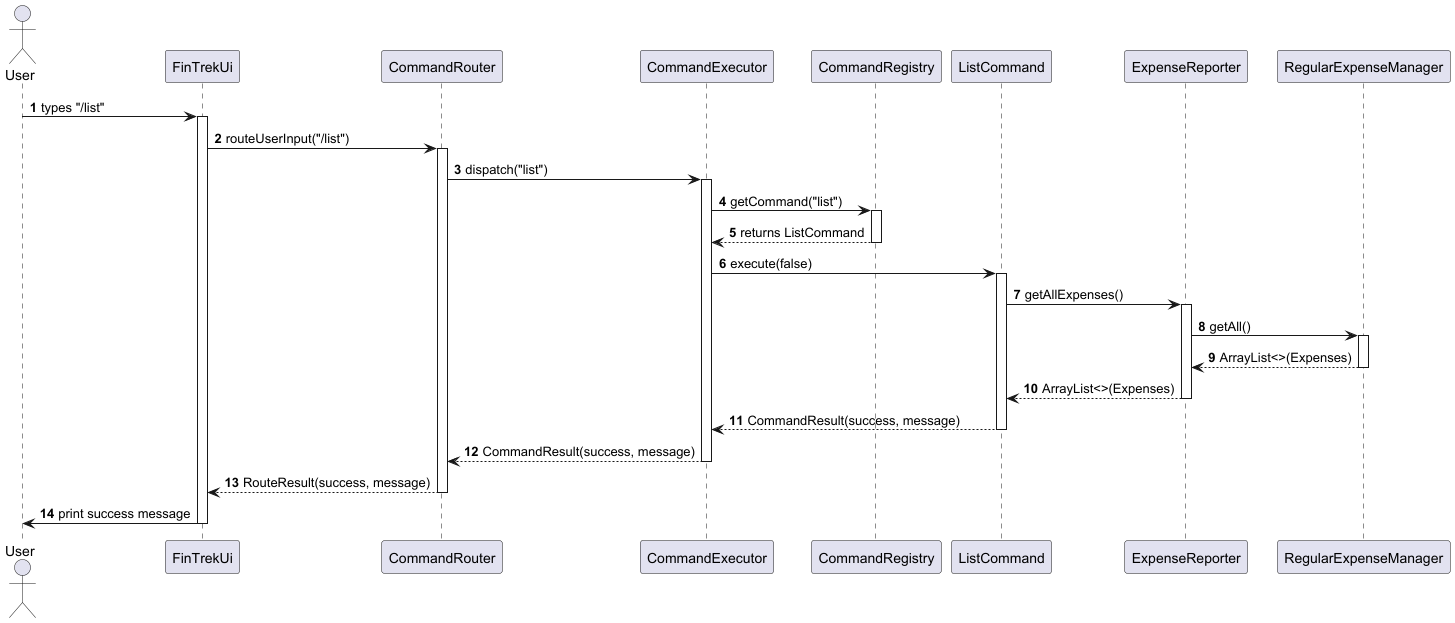
randust/tp keeps this PlantUML diagram as docs/images/list.png. Above is the earlier version. The source it was exported from:
```plantuml
@startuml

autonumber
actor User
participant "FinTrekUi" as FinTrek
participant "CommandRouter" as Router
participant "CommandExecutor" as Executor
participant "CommandRegistry" as Registry
participant "ListCommand" as ListCmd
participant "ExpenseReporter" as ExpenseSvc
participant "RegularExpenseManager" as RegExpMgr

User -> FinTrek : types "/list"
activate FinTrek

FinTrek -> Router : routeUserInput("/list")
activate Router

Router -> Executor : dispatch("list")
activate Executor

Executor -> Registry : getCommand("list")
activate Registry

Registry --> Executor : returns ListCommand
deactivate Registry

Executor -> ListCmd : execute(false)
activate ListCmd

ListCmd -> ExpenseSvc : getAllExpenses()
activate ExpenseSvc

ExpenseSvc -> RegExpMgr : getAll()
activate RegExpMgr

RegExpMgr --> ExpenseSvc : ArrayList<>(Expenses)
deactivate RegExpMgr

ExpenseSvc --> ListCmd : ArrayList<>(Expenses)
deactivate ExpenseSvc

ListCmd --> Executor : CommandResult(success, message)
deactivate ListCmd

Executor --> Router : CommandResult(success, message)
deactivate Executor

Router --> FinTrek : RouteResult(success, message)
deactivate Router

FinTrek -> User : print success message
deactivate FinTrek

@enduml
```
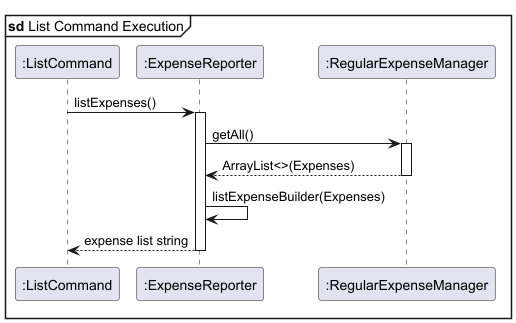
After the change.

Commit message:
Updated add sequence diagram to include parsing

Diff of the diagram source:
```diff
@@ -1,34 +1,12 @@
 @startuml
 
-autonumber
-actor User
-participant "FinTrekUi" as FinTrek
-participant "CommandRouter" as Router
-participant "CommandExecutor" as Executor
-participant "CommandRegistry" as Registry
-participant "ListCommand" as ListCmd
-participant "ExpenseReporter" as ExpenseSvc
-participant "RegularExpenseManager" as RegExpMgr
+mainframe **sd** List Command Execution
 
-User -> FinTrek : types "/list"
-activate FinTrek
+participant ":ListCommand" as ListCmd
+participant ":ExpenseReporter" as ExpenseSvc
+participant ":RegularExpenseManager" as RegExpMgr
 
-FinTrek -> Router : routeUserInput("/list")
-activate Router
-
-Router -> Executor : dispatch("list")
-activate Executor
-
-Executor -> Registry : getCommand("list")
-activate Registry
-
-Registry --> Executor : returns ListCommand
-deactivate Registry
-
-Executor -> ListCmd : execute(false)
-activate ListCmd
-
-ListCmd -> ExpenseSvc : getAllExpenses()
+ListCmd -> ExpenseSvc : listExpenses()
 activate ExpenseSvc
 
 ExpenseSvc -> RegExpMgr : getAll()
@@ -37,19 +15,10 @@
 RegExpMgr --> ExpenseSvc : ArrayList<>(Expenses)
 deactivate RegExpMgr
 
-ExpenseSvc --> ListCmd : ArrayList<>(Expenses)
+ExpenseSvc -> ExpenseSvc: listExpenseBuilder(Expenses)
+
+ExpenseSvc --> ListCmd : expense list string
 deactivate ExpenseSvc
 
-ListCmd --> Executor : CommandResult(success, message)
-deactivate ListCmd
-
-Executor --> Router : CommandResult(success, message)
-deactivate Executor
-
-Router --> FinTrek : RouteResult(success, message)
-deactivate Router
-
-FinTrek -> User : print success message
-deactivate FinTrek
 
 @enduml
```
